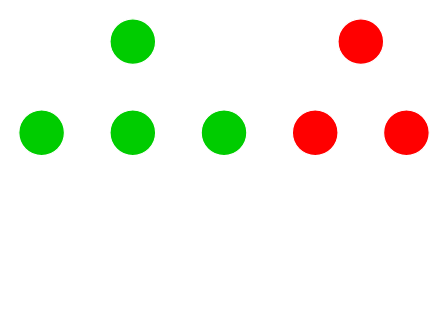
Before: docs/Wiki/Parallelisation/diagrams/graph.drawio in butterplup/Task-Scheduler, a draw.io diagram. Source tidied: cells renumbered, new cells numbered last; positions are measured from the earlier drawing's top-left corner, leaving out a move shared by most shapes. Both pictures are drawn from the tidied source at 114%, with x=0, y=0 at pixel (18, 18).
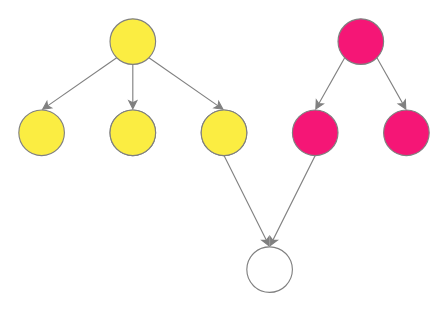
The same diagram, later.

Diff of the diagram source:
```diff
@@
 <mxGraphModel>
   <root>
     <mxCell id="0" />
     <mxCell id="1" parent="0" />
-    <mxCell id="2" style="ellipse;whiteSpace=wrap;html=1;fillColor=#00CC00;strokeColor=#FFFFFF;" parent="1" vertex="1">
+    <mxCell id="2" style="ellipse;whiteSpace=wrap;html=1;fillColor=#fbed42;strokeColor=#808080;" parent="1" vertex="1">
       <mxGeometry x="80" width="40" height="40" as="geometry" />
     </mxCell>
-    <mxCell id="3" style="ellipse;whiteSpace=wrap;html=1;fillColor=#FF0000;strokeColor=#FFFFFF;" parent="1" vertex="1">
+    <mxCell id="3" style="ellipse;whiteSpace=wrap;html=1;fillColor=#f51676;strokeColor=#808080;" parent="1" vertex="1">
       <mxGeometry x="280" width="40" height="40" as="geometry" />
     </mxCell>
-    <mxCell id="4" style="ellipse;whiteSpace=wrap;html=1;fillColor=#00CC00;strokeColor=#FFFFFF;" parent="1" vertex="1">
+    <mxCell id="4" style="ellipse;whiteSpace=wrap;html=1;fillColor=#fbed42;strokeColor=#808080;" parent="1" vertex="1">
       <mxGeometry y="80" width="40" height="40" as="geometry" />
     </mxCell>
-    <mxCell id="5" style="endArrow=classic;html=1;exitX=0;exitY=1;exitDx=0;exitDy=0;entryX=0.5;entryY=0;entryDx=0;entryDy=0;strokeColor=#FFFFFF;" parent="1" edge="1" source="2" target="4">
+    <mxCell id="5" style="endArrow=classic;html=1;exitX=0;exitY=1;exitDx=0;exitDy=0;entryX=0.5;entryY=0;entryDx=0;entryDy=0;strokeColor=#808080;" parent="1" edge="1" source="2" target="4">
       <mxGeometry relative="1" as="geometry" />
     </mxCell>
-    <mxCell id="6" style="ellipse;whiteSpace=wrap;html=1;fillColor=#00CC00;strokeColor=#FFFFFF;" parent="1" vertex="1">
+    <mxCell id="6" style="ellipse;whiteSpace=wrap;html=1;fillColor=#00CC00;strokeColor=#808080;" parent="1" vertex="1">
       <mxGeometry x="80" y="80" width="40" height="40" as="geometry" />
     </mxCell>
-    <mxCell id="7" style="ellipse;whiteSpace=wrap;html=1;fillColor=#00CC00;strokeColor=#FFFFFF;" parent="1" vertex="1">
+    <mxCell id="7" style="ellipse;whiteSpace=wrap;html=1;fillColor=#00CC00;strokeColor=#808080;" parent="1" vertex="1">
       <mxGeometry x="160" y="80" width="40" height="40" as="geometry" />
     </mxCell>
-    <mxCell id="8" style="endArrow=classic;html=1;exitX=0.5;exitY=1;exitDx=0;exitDy=0;entryX=0.5;entryY=0;entryDx=0;entryDy=0;strokeColor=#FFFFFF;" parent="1" edge="1" source="2" target="6">
+    <mxCell id="8" style="endArrow=classic;html=1;exitX=0.5;exitY=1;exitDx=0;exitDy=0;entryX=0.5;entryY=0;entryDx=0;entryDy=0;strokeColor=#808080;" parent="1" edge="1" source="2" target="6">
       <mxGeometry relative="1" as="geometry" />
     </mxCell>
-    <mxCell id="9" style="endArrow=classic;html=1;exitX=1;exitY=1;exitDx=0;exitDy=0;entryX=0.5;entryY=0;entryDx=0;entryDy=0;strokeColor=#FFFFFF;" parent="1" edge="1" source="2" target="7">
+    <mxCell id="9" style="endArrow=classic;html=1;exitX=1;exitY=1;exitDx=0;exitDy=0;entryX=0.5;entryY=0;entryDx=0;entryDy=0;strokeColor=#808080;" parent="1" edge="1" source="2" target="7">
       <mxGeometry relative="1" as="geometry" />
     </mxCell>
-    <mxCell id="10" style="ellipse;whiteSpace=wrap;html=1;fillColor=#FF0000;strokeColor=#FFFFFF;" parent="1" vertex="1">
+    <mxCell id="10" style="ellipse;whiteSpace=wrap;html=1;fillColor=#f51676;strokeColor=#808080;" parent="1" vertex="1">
       <mxGeometry x="240" y="80" width="40" height="40" as="geometry" />
     </mxCell>
-    <mxCell id="11" style="ellipse;whiteSpace=wrap;html=1;fillColor=#FF0000;strokeColor=#FFFFFF;" parent="1" vertex="1">
+    <mxCell id="11" style="ellipse;whiteSpace=wrap;html=1;fillColor=#f51676;strokeColor=#808080;" parent="1" vertex="1">
       <mxGeometry x="320" y="80" width="40" height="40" as="geometry" />
     </mxCell>
-    <mxCell id="12" style="endArrow=classic;html=1;exitX=0;exitY=1;exitDx=0;exitDy=0;entryX=0.5;entryY=0;entryDx=0;entryDy=0;strokeColor=#FFFFFF;" parent="1" edge="1" source="3" target="10">
+    <mxCell id="12" style="endArrow=classic;html=1;exitX=0;exitY=1;exitDx=0;exitDy=0;entryX=0.5;entryY=0;entryDx=0;entryDy=0;strokeColor=#808080;" parent="1" edge="1" source="3" target="10">
       <mxGeometry relative="1" as="geometry" />
     </mxCell>
-    <mxCell id="13" style="endArrow=classic;html=1;exitX=1;exitY=1;exitDx=0;exitDy=0;entryX=0.5;entryY=0;entryDx=0;entryDy=0;strokeColor=#FFFFFF;" parent="1" edge="1" source="3" target="11">
+    <mxCell id="13" style="endArrow=classic;html=1;exitX=1;exitY=1;exitDx=0;exitDy=0;entryX=0.5;entryY=0;entryDx=0;entryDy=0;strokeColor=#808080;" parent="1" edge="1" source="3" target="11">
       <mxGeometry relative="1" as="geometry" />
     </mxCell>
-    <mxCell id="14" style="ellipse;whiteSpace=wrap;html=1;fillColor=none;strokeColor=#FFFFFF;" parent="1" vertex="1">
+    <mxCell id="14" style="ellipse;whiteSpace=wrap;html=1;fillColor=none;strokeColor=#808080;" parent="1" vertex="1">
       <mxGeometry x="200" y="200" width="40" height="40" as="geometry" />
     </mxCell>
-    <mxCell id="15" style="endArrow=classic;html=1;exitX=0.5;exitY=1;exitDx=0;exitDy=0;entryX=0.5;entryY=0;entryDx=0;entryDy=0;strokeColor=#FFFFFF;" parent="1" edge="1" source="7" target="14">
+    <mxCell id="15" style="endArrow=classic;html=1;exitX=0.5;exitY=1;exitDx=0;exitDy=0;entryX=0.5;entryY=0;entryDx=0;entryDy=0;strokeColor=#808080;" parent="1" edge="1" source="7" target="14">
       <mxGeometry relative="1" as="geometry" />
     </mxCell>
-    <mxCell id="16" style="endArrow=classic;html=1;exitX=0.5;exitY=1;exitDx=0;exitDy=0;strokeColor=#FFFFFF;" parent="1" edge="1" source="10">
+    <mxCell id="16" style="endArrow=classic;html=1;exitX=0.5;exitY=1;exitDx=0;exitDy=0;strokeColor=#808080;" parent="1" edge="1" source="10">
       <mxGeometry relative="1" as="geometry">
         <mxPoint x="220" y="200" as="targetPoint" />
       </mxGeometry>
     </mxCell>
+    <mxCell id="17" style="ellipse;whiteSpace=wrap;html=1;fillColor=#fbed42;strokeColor=#808080;" parent="1" vertex="1">
+      <mxGeometry x="160" y="80" width="40" height="40" as="geometry" />
+    </mxCell>
+    <mxCell id="18" style="ellipse;whiteSpace=wrap;html=1;fillColor=#fbed42;strokeColor=#808080;" parent="1" vertex="1">
+      <mxGeometry x="80" y="80" width="40" height="40" as="geometry" />
+    </mxCell>
   </root>
 </mxGraphModel>
```
